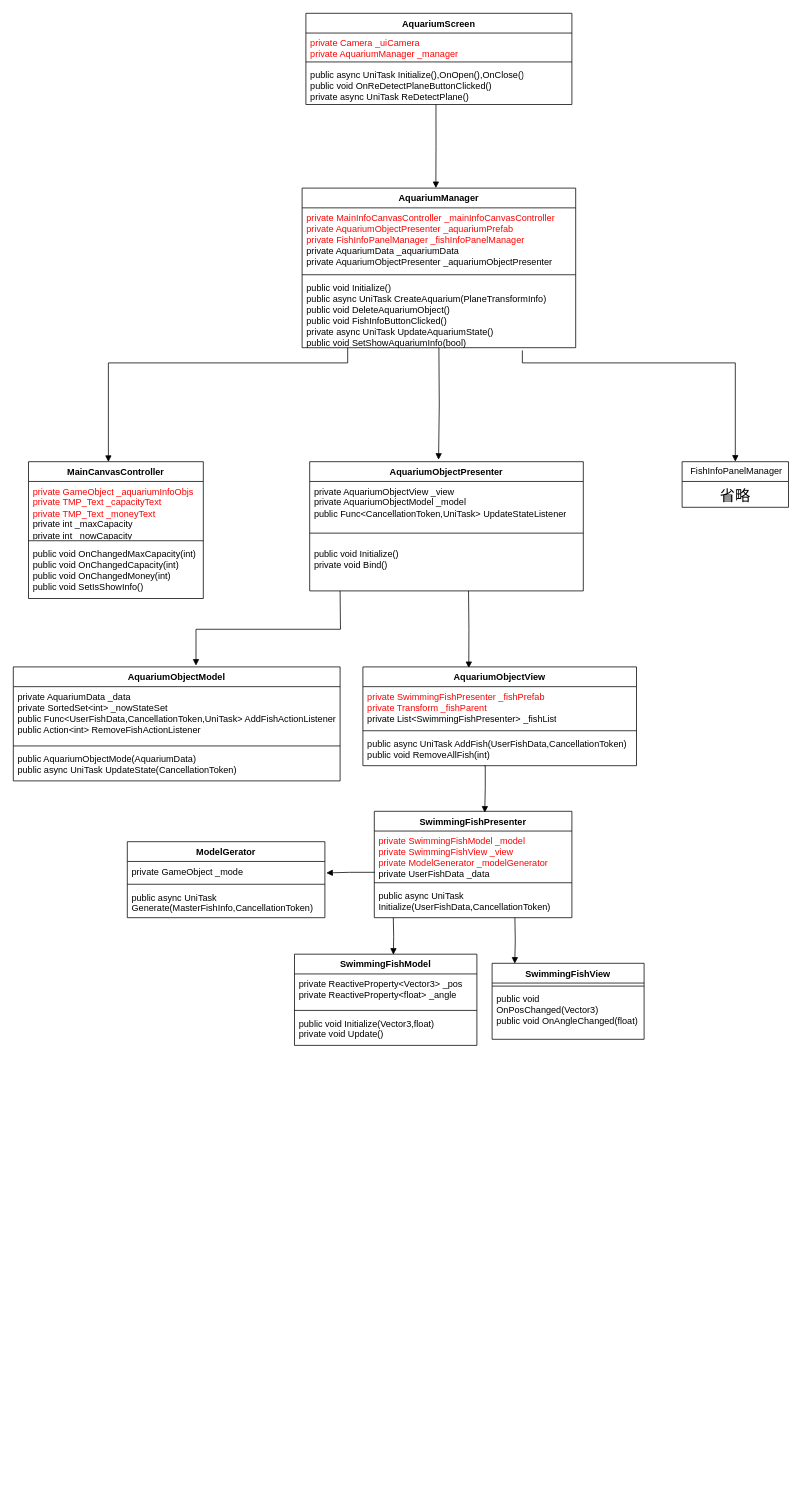
The draw.io diagram テスト.drawio in sabanishi/BoxChan, before the edit. Source tidied: cells renumbered, new cells numbered last; positions are measured from the earlier drawing's top-left corner, leaving out a move shared by most shapes. Both pictures are drawn from the tidied source at 76%, with x=0, y=0 at pixel (13, 13).
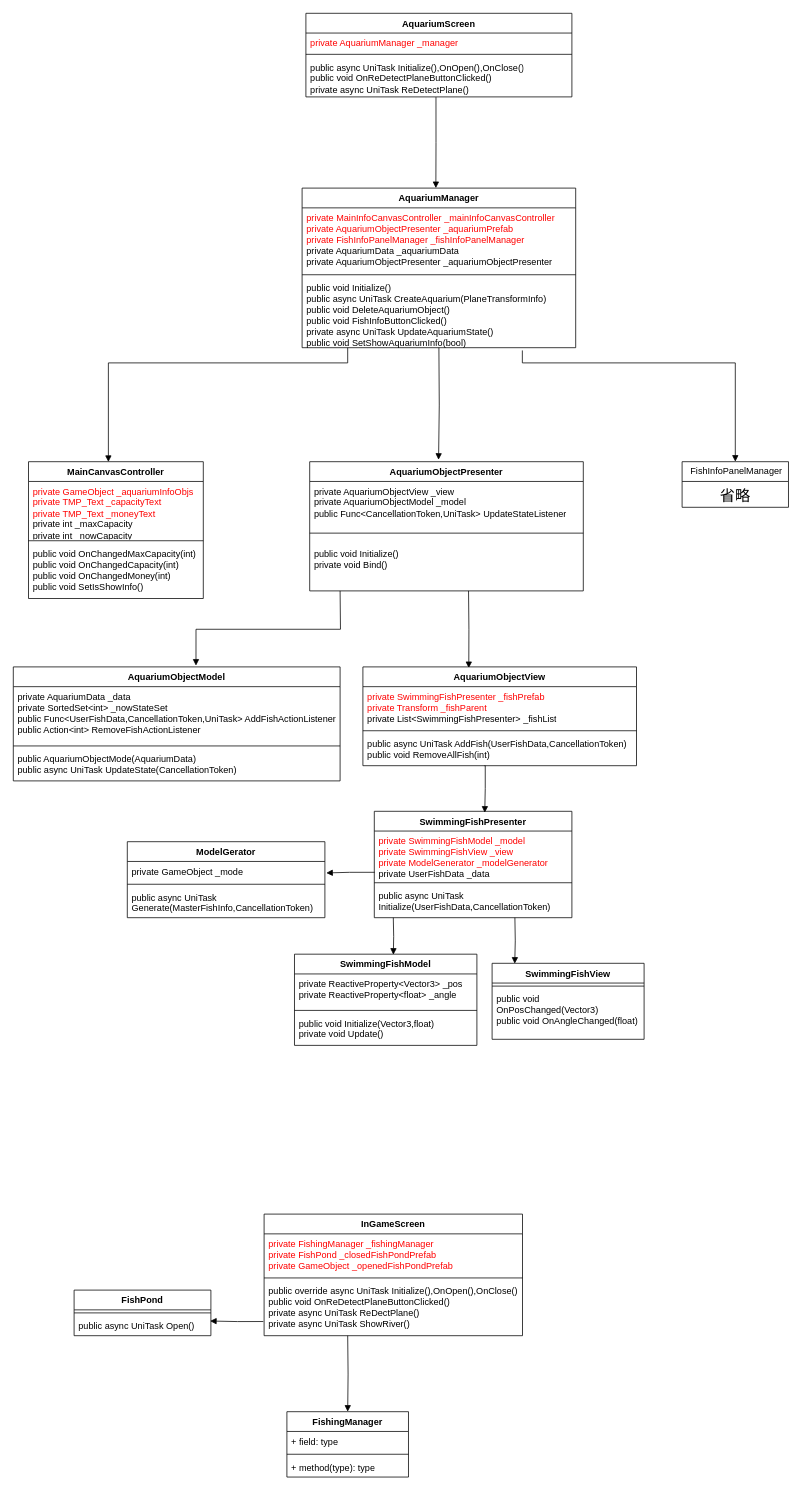
The same diagram, later.

Commit message (it also covers changes not shown here):
テスト.drawio を更新します

The edit, as a diff of the source:
```diff
@@
     <mxCell id="2" value="AquariumScreen" style="swimlane;fontStyle=1;align=center;verticalAlign=top;horizontal=1;startSize=26;whiteSpace=wrap;html=1;" parent="1" vertex="1">
-      <mxGeometry x="385" width="350" height="120" as="geometry" />
+      <mxGeometry x="385" width="350" height="110" as="geometry" />
     </mxCell>
-    <mxCell id="3" value="&lt;font color=&quot;#ff0000&quot;&gt;private Camera _uiCamera&lt;br&gt;private AquariumManager _manager&lt;/font&gt;" style="text;strokeColor=none;fillColor=none;align=left;verticalAlign=top;spacingLeft=4;spacingRight=4;overflow=hidden;whiteSpace=wrap;html=1;" parent="2" vertex="1">
-      <mxGeometry y="26" width="350" height="34" as="geometry" />
+    <mxCell id="3" value="&lt;font color=&quot;#ff0000&quot;&gt;private AquariumManager _manager&lt;/font&gt;" style="text;strokeColor=none;fillColor=none;align=left;verticalAlign=top;spacingLeft=4;spacingRight=4;overflow=hidden;whiteSpace=wrap;html=1;" parent="2" vertex="1">
+      <mxGeometry y="26" width="350" height="24" as="geometry" />
     </mxCell>
     <mxCell id="4" style="line;strokeWidth=1;fillColor=none;align=left;verticalAlign=middle;spacingTop=-1;spacingLeft=3;spacingRight=3;labelPosition=right;strokeColor=inherit;" parent="2" vertex="1">
-      <mxGeometry y="60" width="350" height="8" as="geometry" />
+      <mxGeometry y="50" width="350" height="8" as="geometry" />
     </mxCell>
     <mxCell id="5" value="public async UniTask Initialize(),OnOpen(),OnClose()&lt;br&gt;public void OnReDetectPlaneButtonClicked()&amp;nbsp;&lt;br&gt;private async UniTask ReDetectPlane()" style="text;strokeColor=none;fillColor=none;align=left;verticalAlign=top;spacingLeft=4;spacingRight=4;overflow=hidden;points=[[0,0.5],[1,0.5]];portConstraint=eastwest;whiteSpace=wrap;html=1;" parent="2" vertex="1">
-      <mxGeometry y="68" width="350" height="52" as="geometry" />
+      <mxGeometry y="58" width="350" height="52" as="geometry" />
     </mxCell>
@@
+    <mxCell id="53" value="InGameScreen" style="swimlane;fontStyle=1;align=center;verticalAlign=top;horizontal=1;startSize=26;whiteSpace=wrap;html=1;" parent="1" vertex="1">
+      <mxGeometry x="330" y="1580" width="340" height="160" as="geometry" />
+    </mxCell>
+    <mxCell id="54" value="&lt;font color=&quot;#ff0000&quot;&gt;private FishingManager _fishingManager&lt;/font&gt;&lt;br&gt;&lt;font color=&quot;#ff0000&quot;&gt;private FishPond _closedFishPondPrefab&lt;/font&gt;&lt;br&gt;&lt;font color=&quot;#ff0000&quot;&gt;private GameObject _openedFishPondPrefab&lt;/font&gt;&lt;br&gt;" style="text;strokeColor=none;fillColor=none;align=left;verticalAlign=top;spacingLeft=4;spacingRight=4;overflow=hidden;whiteSpace=wrap;html=1;" parent="53" vertex="1">
+      <mxGeometry y="26" width="340" height="54" as="geometry" />
+    </mxCell>
+    <mxCell id="55" style="line;strokeWidth=1;fillColor=none;align=left;verticalAlign=middle;spacingTop=-1;spacingLeft=3;spacingRight=3;labelPosition=right;strokeColor=inherit;" parent="53" vertex="1">
+      <mxGeometry y="80" width="340" height="8" as="geometry" />
+    </mxCell>
+    <mxCell id="56" value="public override async UniTask Initialize(),OnOpen(),OnClose()&lt;br&gt;public void OnReDetectPlaneButtonClicked()&lt;br&gt;private async UniTask ReDectPlane()&lt;br&gt;private async UniTask ShowRiver()" style="text;strokeColor=none;fillColor=none;align=left;verticalAlign=top;spacingLeft=4;spacingRight=4;overflow=hidden;points=[[0,0.5],[1,0.5]];portConstraint=eastwest;whiteSpace=wrap;html=1;" parent="53" vertex="1">
+      <mxGeometry y="88" width="340" height="72" as="geometry" />
+    </mxCell>
+    <mxCell id="57" style="endArrow=block;endFill=1;html=1;edgeStyle=orthogonalEdgeStyle;align=left;verticalAlign=top;rounded=0;" parent="53" edge="1" target="62">
+      <mxGeometry x="-1" relative="1" as="geometry">
+        <mxPoint x="110" y="160" as="sourcePoint" />
+      </mxGeometry>
+    </mxCell>
+    <mxCell id="58" value="FishPond" style="swimlane;fontStyle=1;align=center;verticalAlign=top;horizontal=1;startSize=26;whiteSpace=wrap;html=1;" parent="1" vertex="1">
+      <mxGeometry x="80" y="1680" width="180" height="60" as="geometry" />
+    </mxCell>
+    <mxCell id="59" style="line;strokeWidth=1;fillColor=none;align=left;verticalAlign=middle;spacingTop=-1;spacingLeft=3;spacingRight=3;labelPosition=right;strokeColor=inherit;" parent="58" vertex="1">
+      <mxGeometry y="26" width="180" height="8" as="geometry" />
+    </mxCell>
+    <mxCell id="60" value="public async UniTask Open()" style="text;strokeColor=none;fillColor=none;align=left;verticalAlign=top;spacingLeft=4;spacingRight=4;overflow=hidden;points=[[0,0.5],[1,0.5]];portConstraint=eastwest;whiteSpace=wrap;html=1;" parent="58" vertex="1">
+      <mxGeometry y="34" width="180" height="26" as="geometry" />
+    </mxCell>
+    <mxCell id="61" style="endArrow=block;endFill=1;html=1;edgeStyle=orthogonalEdgeStyle;align=left;verticalAlign=top;rounded=0;entryX=0.994;entryY=0.258;entryDx=0;entryDy=0;entryPerimeter=0;exitX=-0.003;exitY=0.741;exitDx=0;exitDy=0;exitPerimeter=0;" parent="1" edge="1" source="56" target="60">
+      <mxGeometry x="-0.76" relative="1" as="geometry" />
+    </mxCell>
+    <mxCell id="62" value="FishingManager" style="swimlane;fontStyle=1;align=center;verticalAlign=top;horizontal=1;startSize=26;whiteSpace=wrap;html=1;" parent="1" vertex="1">
+      <mxGeometry x="360" y="1840" width="160" height="86" as="geometry" />
+    </mxCell>
+    <mxCell id="63" value="+ field: type" style="text;strokeColor=none;fillColor=none;align=left;verticalAlign=top;spacingLeft=4;spacingRight=4;overflow=hidden;whiteSpace=wrap;html=1;" parent="62" vertex="1">
+      <mxGeometry y="26" width="160" height="26" as="geometry" />
+    </mxCell>
+    <mxCell id="64" style="line;strokeWidth=1;fillColor=none;align=left;verticalAlign=middle;spacingTop=-1;spacingLeft=3;spacingRight=3;labelPosition=right;strokeColor=inherit;" parent="62" vertex="1">
+      <mxGeometry y="52" width="160" height="8" as="geometry" />
+    </mxCell>
+    <mxCell id="65" value="+ method(type): type" style="text;strokeColor=none;fillColor=none;align=left;verticalAlign=top;spacingLeft=4;spacingRight=4;overflow=hidden;whiteSpace=wrap;html=1;" parent="62" vertex="1">
+      <mxGeometry y="60" width="160" height="26" as="geometry" />
+    </mxCell>
```
